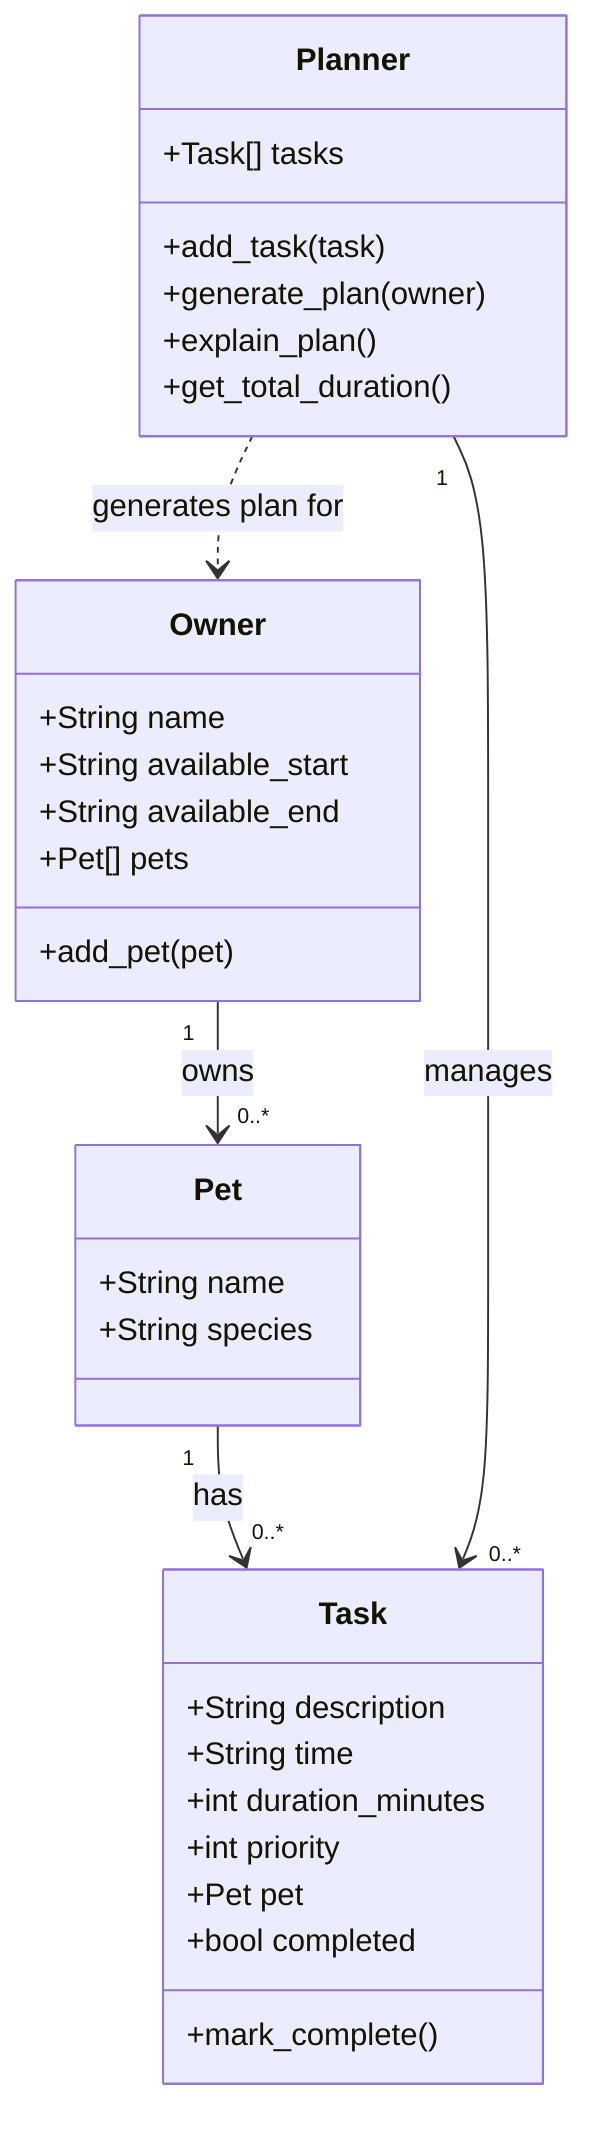
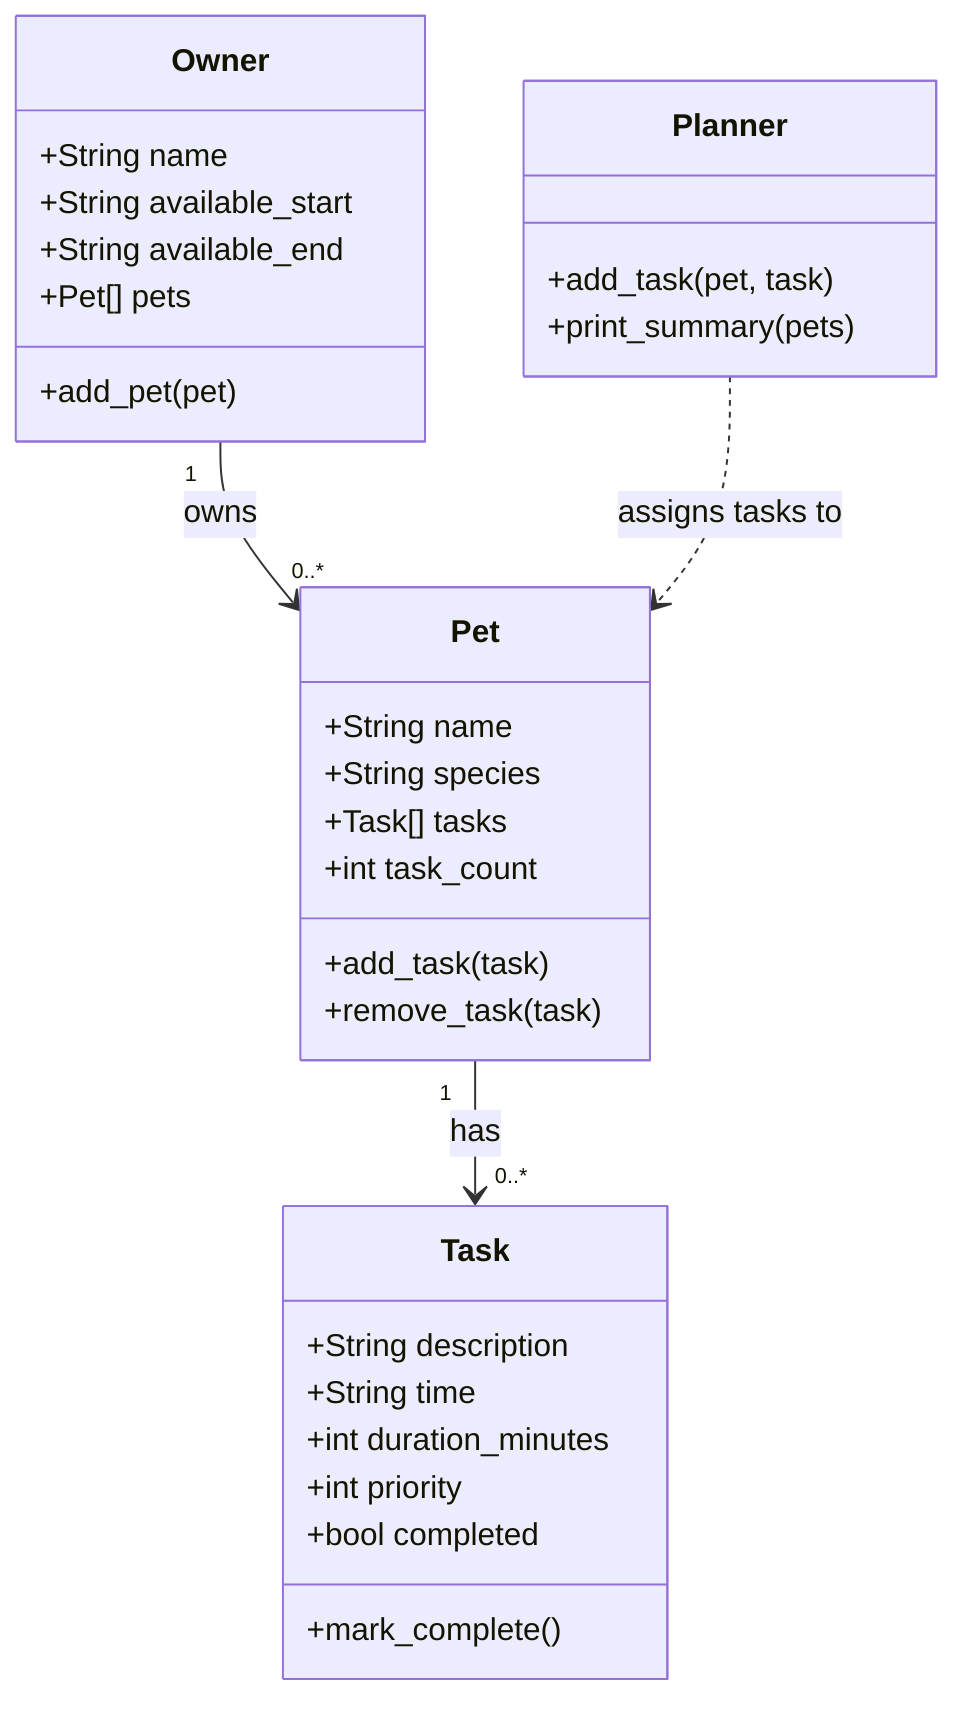
classDiagram

class Owner {
    +String name
    +String available_start
    +String available_end
    +Pet[] pets
    +add_pet(pet)
}

class Pet {
    +String name
    +String species
+     +Task[] tasks
+     +int task_count
+     +add_task(task)
+     +remove_task(task)
}

class Task {
    +String description
    +String time
    +int duration_minutes
    +int priority
-     +Pet pet
    +bool completed
    +mark_complete()
}

class Planner {
-     +Task[] tasks
-     +add_task(task)
-     +generate_plan(owner)
-     +explain_plan()
-     +get_total_duration()
+     +add_task(pet, task)
+     +print_summary(pets)
}


Owner "1" --> "0..*" Pet : owns
Pet "1" --> "0..*" Task : has
- Planner "1" --> "0..*" Task : manages
- Planner ..> Owner : generates plan for+ Planner ..> Pet : assigns tasks to